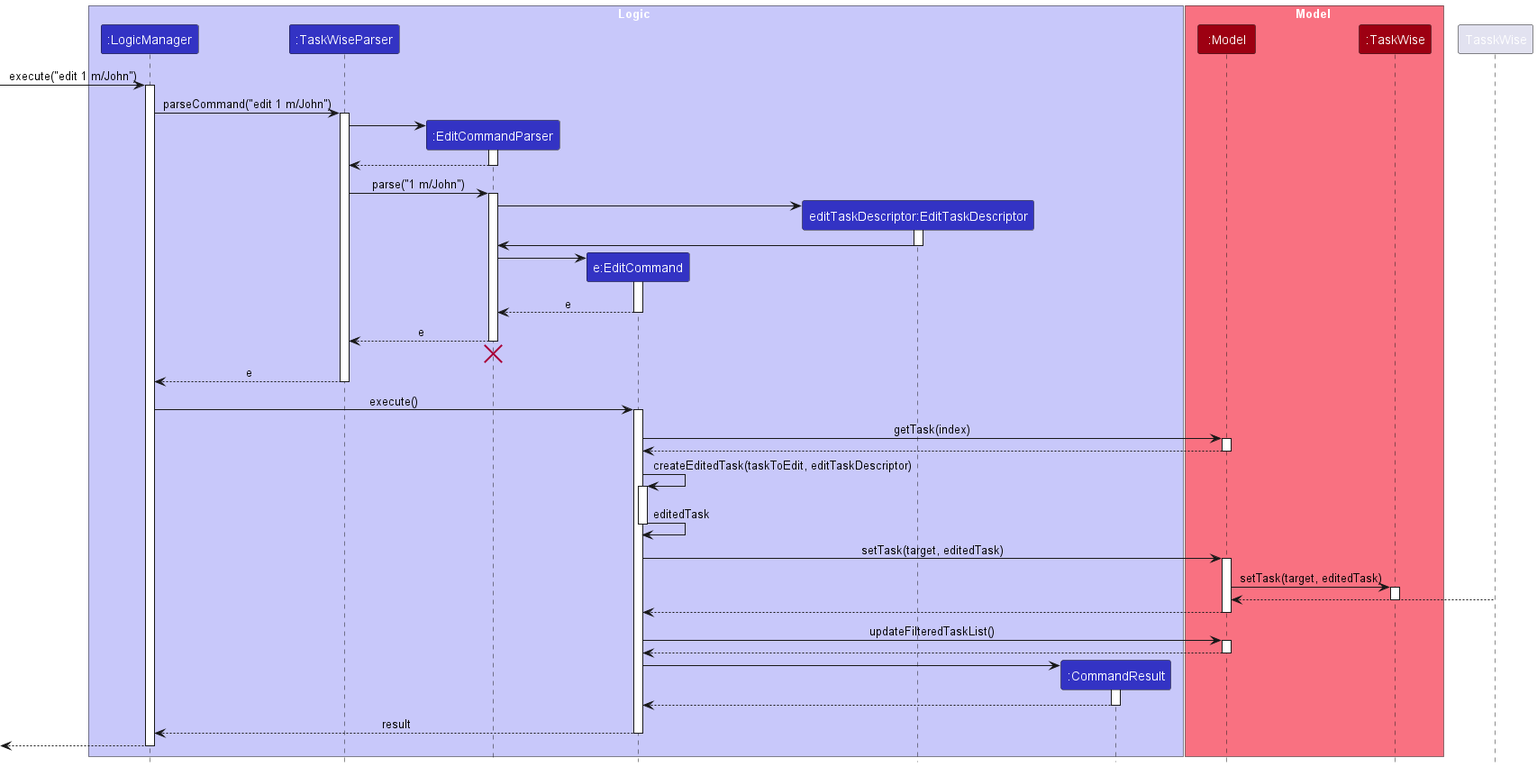
The PlantUML diagram docs/images/AssignSequenceDiagram.png in seantehds/tp, before a commit.
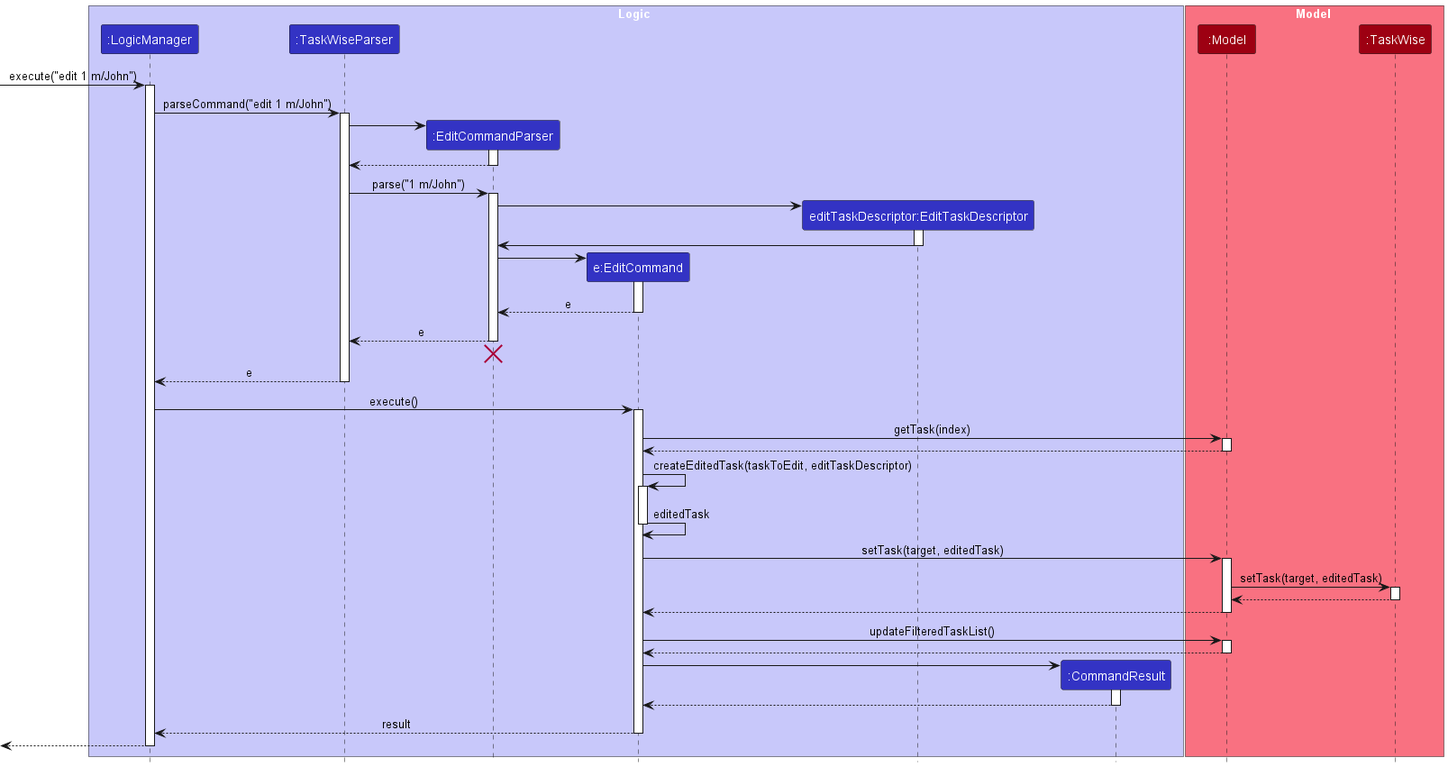
After the change.

Commit message:
Fix bug in assign sequence diagram

The edit, as a diff of the source:
```diff
@@ -75,7 +75,7 @@
 Model -> TaskWise : setTask(target, editedTask)
 activate TaskWise
 
-TasskWise --> Model
+TaskWise --> Model
 deactivate TaskWise
 
 Model --> EditCommand
```
